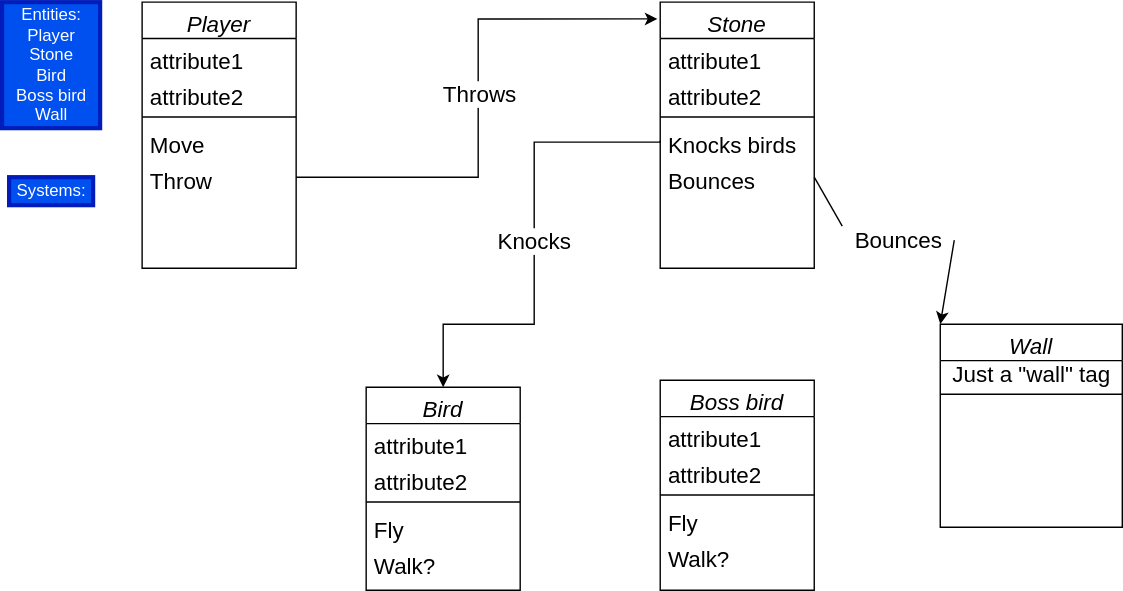
Before: EntitiesAndSystems.drawio.svg, a diagram exported from draw.io (DesseyCodes/The-Kidnapping-of-the-Damsel). Source tidied: cells renumbered, new cells last; positions are measured from the earlier drawing's top-left corner, leaving out a move shared by most shapes.
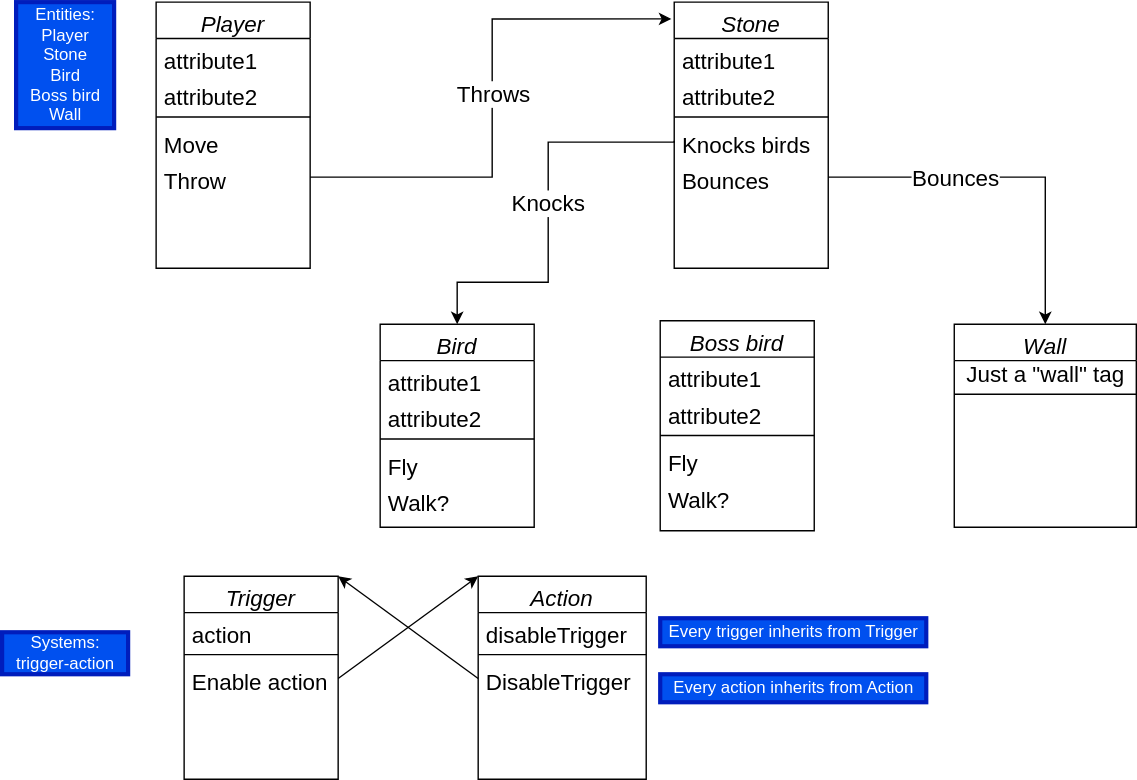
Above is the later version.

Commit message:
Added folders and updated the diagram

What changed in the source:
```diff
@@ -39,7 +39,7 @@
       <mxGeometry y="112" width="110" height="26" as="geometry" />
     </mxCell>
     <mxCell id="14" value="Bird" style="swimlane;fontStyle=2;align=center;verticalAlign=top;horizontal=1;startSize=26;rounded=0;shadow=0;strokeWidth=1;fontSize=16;" parent="1" vertex="1">
-      <mxGeometry x="260" y="275" width="110" height="145" as="geometry" />
+      <mxGeometry x="260" y="230" width="110" height="145" as="geometry" />
     </mxCell>
     <mxCell id="15" value="attribute1" style="text;align=left;verticalAlign=top;spacingLeft=4;spacingRight=4;overflow=hidden;fontSize=16;" parent="14" vertex="1">
       <mxGeometry y="26" width="110" height="26" as="geometry" />
@@ -69,8 +69,8 @@
         <Array as="points">
           <mxPoint x="470" y="100" />
           <mxPoint x="380" y="100" />
-          <mxPoint x="380" y="230" />
-          <mxPoint x="315" y="230" />
+          <mxPoint x="380" y="200" />
+          <mxPoint x="315" y="200" />
         </Array>
       </mxGeometry>
     </mxCell>
@@ -80,7 +80,7 @@
       </mxGeometry>
     </mxCell>
     <mxCell id="24" value="Boss bird" style="swimlane;fontStyle=2;align=center;verticalAlign=top;horizontal=1;startSize=26;rounded=0;shadow=0;strokeWidth=1;fontSize=16;" parent="1" vertex="1">
-      <mxGeometry x="470" y="270" width="110" height="150" as="geometry" />
+      <mxGeometry x="460" y="227.5" width="110" height="150" as="geometry" />
     </mxCell>
     <mxCell id="25" value="attribute1" style="text;align=left;verticalAlign=top;spacingLeft=4;spacingRight=4;overflow=hidden;fontSize=16;" parent="24" vertex="1">
       <mxGeometry y="26" width="110" height="26" as="geometry" />
@@ -109,17 +109,56 @@
     <mxCell id="33" value="Entities:&lt;br&gt;Player&lt;br&gt;Stone&lt;br&gt;Bird&lt;br&gt;Boss bird&lt;br&gt;Wall" style="text;html=1;align=center;verticalAlign=middle;strokeColor=#001DBC;fillColor=#0050ef;strokeWidth=3;fontColor=#ffffff;" parent="1" vertex="1">
       <mxGeometry width="70" height="90" as="geometry" />
     </mxCell>
-    <mxCell id="34" value="Systems:&lt;br&gt;" style="text;html=1;align=center;verticalAlign=middle;strokeColor=#001DBC;fillColor=#0050ef;strokeWidth=3;fontColor=#ffffff;" parent="1" vertex="1">
-      <mxGeometry x="5" y="125" width="60" height="20" as="geometry" />
+    <mxCell id="34" value="Systems:&lt;br&gt;trigger-action" style="text;html=1;align=center;verticalAlign=middle;strokeColor=#001DBC;fillColor=#0050ef;strokeWidth=3;fontColor=#ffffff;" parent="1" vertex="1">
+      <mxGeometry x="-10" y="450" width="90" height="30" as="geometry" />
     </mxCell>
-    <mxCell id="35" style="edgeStyle=none;html=1;exitX=1;exitY=0.5;exitDx=0;exitDy=0;entryX=0;entryY=0;entryDx=0;entryDy=0;fontSize=16;startArrow=none;" parent="1" edge="1" source="36" target="30">
-      <mxGeometry relative="1" as="geometry" />
-    </mxCell>
+    <mxCell id="38" value="Trigger" style="swimlane;fontStyle=2;align=center;verticalAlign=top;horizontal=1;startSize=26;rounded=0;shadow=0;strokeWidth=1;fontSize=16;" parent="1" vertex="1">
+      <mxGeometry x="120" y="410" width="110" height="145" as="geometry" />
+    </mxCell>
+    <mxCell id="39" value="action" style="text;align=left;verticalAlign=top;spacingLeft=4;spacingRight=4;overflow=hidden;fontSize=16;" parent="38" vertex="1">
+      <mxGeometry y="26" width="110" height="26" as="geometry" />
+    </mxCell>
+    <mxCell id="40" style="line;html=1;strokeWidth=1;align=left;verticalAlign=middle;spacingTop=-1;spacingLeft=3;spacingRight=3;labelPosition=right;" parent="38" vertex="1">
+      <mxGeometry y="52" width="110" height="8" as="geometry" />
+    </mxCell>
+    <mxCell id="41" value="Enable action" style="text;align=left;verticalAlign=top;spacingLeft=4;spacingRight=4;overflow=hidden;points=[[0,0.5],[1,0.5]];portConstraint=eastwest;fontSize=16;" parent="38" vertex="1">
+      <mxGeometry y="60" width="110" height="26" as="geometry" />
+    </mxCell>
+    <mxCell id="42" value="Action" style="swimlane;fontStyle=2;align=center;verticalAlign=top;horizontal=1;startSize=26;rounded=0;shadow=0;strokeWidth=1;fontSize=16;" parent="1" vertex="1">
+      <mxGeometry x="330" y="410" width="120" height="145" as="geometry" />
+    </mxCell>
+    <mxCell id="43" value="disableTrigger" style="text;align=left;verticalAlign=top;spacingLeft=4;spacingRight=4;overflow=hidden;fontSize=16;" parent="42" vertex="1">
+      <mxGeometry y="26" width="120" height="26" as="geometry" />
+    </mxCell>
+    <mxCell id="44" style="line;html=1;strokeWidth=1;align=left;verticalAlign=middle;spacingTop=-1;spacingLeft=3;spacingRight=3;labelPosition=right;" parent="42" vertex="1">
+      <mxGeometry y="52" width="120" height="8" as="geometry" />
+    </mxCell>
+    <mxCell id="45" value="DisableTrigger" style="text;align=left;verticalAlign=top;spacingLeft=4;spacingRight=4;overflow=hidden;points=[[0,0.5],[1,0.5]];portConstraint=eastwest;fontSize=16;" parent="42" vertex="1">
+      <mxGeometry y="60" width="120" height="26" as="geometry" />
+    </mxCell>
+    <mxCell id="46" style="edgeStyle=none;html=1;exitX=1;exitY=0.5;exitDx=0;exitDy=0;entryX=0;entryY=0;entryDx=0;entryDy=0;fontSize=16;" parent="1" edge="1" source="41" target="42">
+      <mxGeometry relative="1" as="geometry" />
+    </mxCell>
+    <mxCell id="47" style="edgeStyle=none;html=1;exitX=0;exitY=0.5;exitDx=0;exitDy=0;entryX=1;entryY=0;entryDx=0;entryDy=0;fontSize=16;" parent="1" edge="1" source="45" target="38">
+      <mxGeometry relative="1" as="geometry" />
+    </mxCell>
+    <mxCell id="48" style="edgeStyle=orthogonalEdgeStyle;html=1;exitX=1;exitY=0.5;exitDx=0;exitDy=0;entryX=0.5;entryY=0;entryDx=0;entryDy=0;rounded=0;" parent="1" edge="1" source="13" target="30">
+      <mxGeometry relative="1" as="geometry">
+        <Array as="points">
+          <mxPoint x="735" y="125" />
+        </Array>
+      </mxGeometry>
+    </mxCell>
-    <mxCell id="36" value="Bounces" style="text;html=1;align=center;verticalAlign=middle;points=[];strokeColor=none;fillColor=none;strokeWidth=5;fontSize=16;" parent="1" vertex="1">
-      <mxGeometry x="600" y="160" width="80" height="20" as="geometry" />
+    <mxCell id="36" value="Bounces" style="edgeLabel;html=1;align=center;verticalAlign=middle;points=[];fontSize=16;" parent="48" vertex="1">
+      <mxGeometry x="-0.24" y="-4" relative="1" as="geometry">
+        <mxPoint x="-9" y="-4" as="offset" />
+      </mxGeometry>
     </mxCell>
-    <mxCell id="37" style="edgeStyle=none;html=1;exitX=1;exitY=0.5;exitDx=0;exitDy=0;entryX=0;entryY=0;entryDx=0;entryDy=0;fontSize=16;endArrow=none;" parent="1" edge="1" source="13" target="36">
-      <mxGeometry relative="1" as="geometry" />
-    </mxCell>
+    <mxCell id="49" value="Every trigger inherits from Trigger" style="text;html=1;align=center;verticalAlign=middle;strokeColor=#001DBC;fillColor=#0050ef;strokeWidth=3;fontColor=#ffffff;" parent="1" vertex="1">
+      <mxGeometry x="460" y="440" width="190" height="20" as="geometry" />
+    </mxCell>
+    <mxCell id="50" value="Every action inherits from Action" style="text;html=1;align=center;verticalAlign=middle;strokeColor=#001DBC;fillColor=#0050ef;strokeWidth=3;fontColor=#ffffff;" parent="1" vertex="1">
+      <mxGeometry x="460" y="480" width="190" height="20" as="geometry" />
+    </mxCell>
   </root>
 </mxGraphModel>
```
